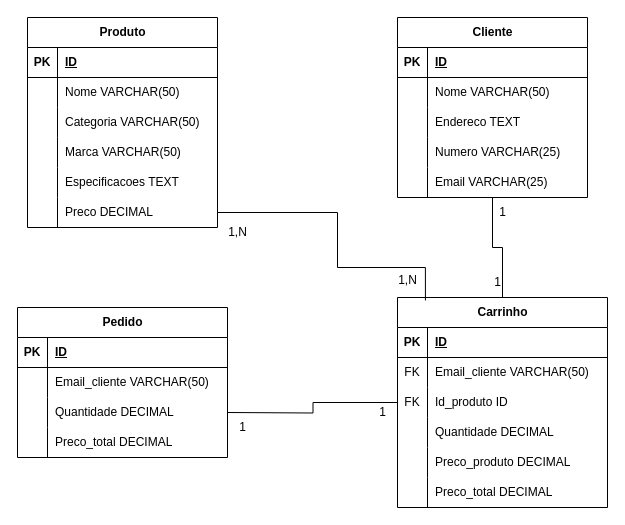
This is Diagrama Projeto web michel tebar.drawio from michelmanzatotebar/Projeto-site-de-processadores-e-placas-de-video, a draw.io file, before an edit. Source tidied: cells renumbered, new cells numbered last; positions are measured from the earlier drawing's top-left corner, leaving out a move shared by most shapes. Both pictures are drawn from the tidied source at 100%, with x=0, y=0 at pixel (17, 17).
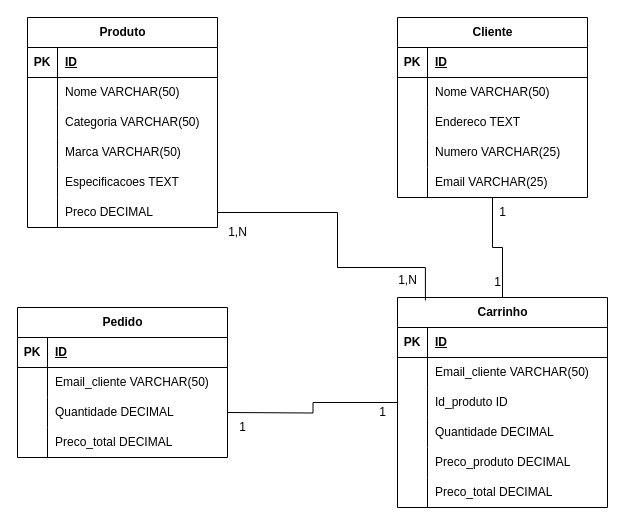
The same page after the edit.

The change refers to these unchanged cells:
```xml
<mxCell id="42" style="shape=tableRow;horizontal=0;startSize=0;swimlaneHead=0;swimlaneBody=0;fillColor=none;top=0;left=0;right=0;bottom=0;" parent="38" vertex="1">
  <mxGeometry y="60" width="210" height="30" as="geometry" />
</mxCell>
<mxCell id="45" style="shape=tableRow;horizontal=0;startSize=0;swimlaneHead=0;swimlaneBody=0;fillColor=none;points=[[0,0.5],[1,0.5]];portConstraint=eastwest;top=0;left=0;right=0;bottom=0;" parent="38" vertex="1">
  <mxGeometry y="90" width="210" height="30" as="geometry" />
</mxCell>
```

What changed in the source:
```diff
@@
-    <mxCell id="43" value="FK" style="shape=partialRectangle;fillColor=none;top=0;left=0;bottom=0;right=0;overflow=hidden;whiteSpace=wrap;html=1;" parent="42" vertex="1">
+    <mxCell id="43" style="shape=partialRectangle;fillColor=none;top=0;left=0;bottom=0;right=0;overflow=hidden;whiteSpace=wrap;html=1;" parent="42" vertex="1">
       <mxGeometry width="30" height="30" as="geometry" />
     </mxCell>
@@
-    <mxCell id="46" value="FK" style="shape=partialRectangle;fillColor=none;top=0;left=0;bottom=0;right=0;overflow=hidden;whiteSpace=wrap;html=1;" parent="45" vertex="1">
+    <mxCell id="46" style="shape=partialRectangle;fillColor=none;top=0;left=0;bottom=0;right=0;overflow=hidden;whiteSpace=wrap;html=1;" parent="45" vertex="1">
       <mxGeometry width="30" height="30" as="geometry" />
     </mxCell>
```
